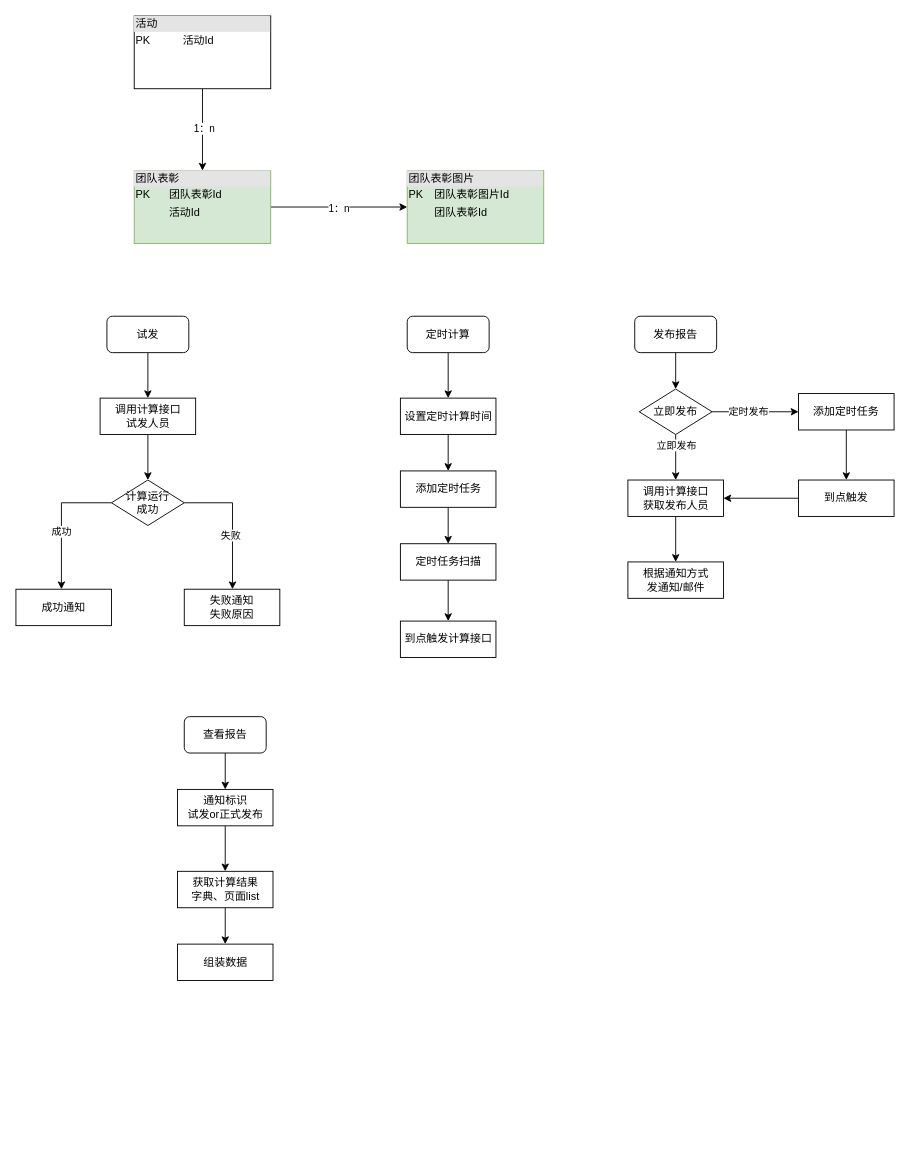
Earlier version of the draw.io diagram 23_11迭代.drawio (mozhu33/Diagrams). Source tidied: cells renumbered, new cells numbered last; positions are measured from the earlier drawing's top-left corner, leaving out a move shared by most shapes. Both pictures are drawn from the tidied source at 91%, with x=0, y=0 at pixel (15, 15).
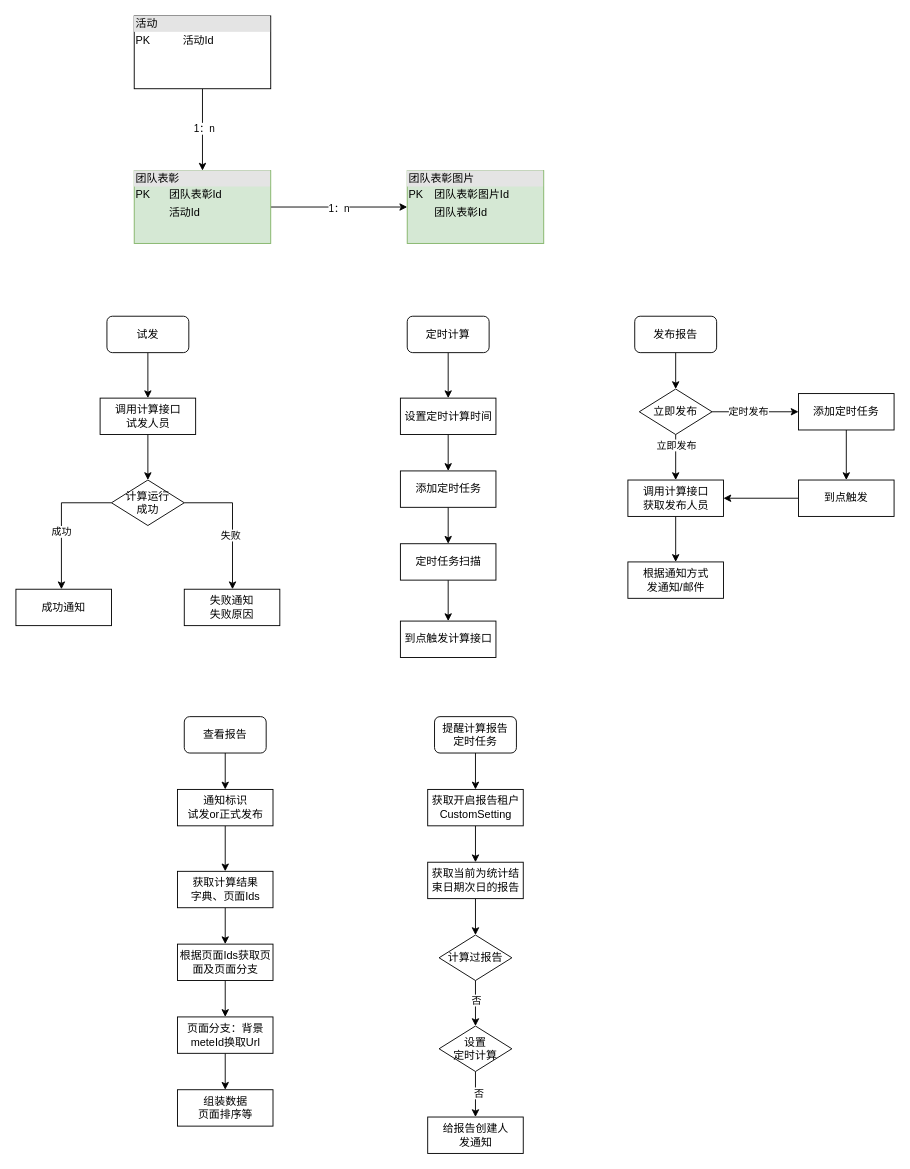
The same diagram, later.

Change to the diagram source:
```diff
@@
-    <mxCell id="47" style="edgeStyle=orthogonalEdgeStyle;rounded=0;jettySize=auto;html=1;" parent="1" edge="1" source="48" target="49">
-      <mxGeometry relative="1" as="geometry" />
-    </mxCell>
+    <mxCell id="50" style="edgeStyle=orthogonalEdgeStyle;rounded=0;jettySize=auto;html=1;" parent="1" edge="1" source="48" target="65">
+      <mxGeometry relative="1" as="geometry" />
+    </mxCell>
-    <mxCell id="48" value="获取计算结果&lt;br&gt;字典、页面list" style="rounded=0;whiteSpace=wrap;html=1;" parent="1" vertex="1">
+    <mxCell id="48" value="获取计算结果&lt;br&gt;字典、页面Ids" style="rounded=0;whiteSpace=wrap;html=1;" parent="1" vertex="1">
       <mxGeometry x="177.5" y="940" width="105" height="40" as="geometry" />
     </mxCell>
-    <mxCell id="49" value="组装数据" style="rounded=0;whiteSpace=wrap;html=1;" parent="1" vertex="1">
-      <mxGeometry x="177.5" y="1020" width="105" height="40" as="geometry" />
+    <mxCell id="49" value="组装数据&lt;br&gt;页面排序等" style="rounded=0;whiteSpace=wrap;html=1;" parent="1" vertex="1">
+      <mxGeometry x="177.5" y="1180" width="105" height="40" as="geometry" />
     </mxCell>
+    <mxCell id="51" style="edgeStyle=orthogonalEdgeStyle;rounded=0;jettySize=auto;html=1;" parent="1" edge="1" source="52" target="54">
+      <mxGeometry relative="1" as="geometry" />
+    </mxCell>
+    <mxCell id="52" value="提醒计算报告&lt;br&gt;定时任务" style="rounded=1;whiteSpace=wrap;html=1;" parent="1" vertex="1">
+      <mxGeometry x="460" y="770" width="90" height="40" as="geometry" />
+    </mxCell>
+    <mxCell id="53" style="edgeStyle=orthogonalEdgeStyle;rounded=0;jettySize=auto;html=1;" parent="1" edge="1" source="54" target="56">
+      <mxGeometry relative="1" as="geometry" />
+    </mxCell>
+    <mxCell id="54" value="获取开启报告租户&lt;br&gt;CustomSetting" style="rounded=0;whiteSpace=wrap;html=1;" parent="1" vertex="1">
+      <mxGeometry x="452.5" y="850" width="105" height="40" as="geometry" />
+    </mxCell>
+    <mxCell id="55" style="edgeStyle=orthogonalEdgeStyle;rounded=0;jettySize=auto;html=1;" parent="1" edge="1" source="56" target="59">
+      <mxGeometry relative="1" as="geometry" />
+    </mxCell>
+    <mxCell id="56" value="获取当前为统计结束日期次日的报告" style="rounded=0;whiteSpace=wrap;html=1;" parent="1" vertex="1">
+      <mxGeometry x="452.5" y="930" width="105" height="40" as="geometry" />
+    </mxCell>
+    <mxCell id="57" style="edgeStyle=orthogonalEdgeStyle;rounded=0;jettySize=auto;html=1;" parent="1" edge="1" source="59" target="62">
+      <mxGeometry relative="1" as="geometry" />
+    </mxCell>
+    <mxCell id="58" value="否" style="edgeLabel;html=1;align=center;verticalAlign=middle;" parent="57" vertex="1">
+      <mxGeometry x="-0.18" relative="1" as="geometry" />
+    </mxCell>
+    <mxCell id="59" value="计算过报告" style="rhombus;whiteSpace=wrap;html=1;" parent="1" vertex="1">
+      <mxGeometry x="465" y="1010" width="80" height="50" as="geometry" />
+    </mxCell>
+    <mxCell id="60" style="edgeStyle=orthogonalEdgeStyle;rounded=0;jettySize=auto;html=1;" parent="1" edge="1" source="62" target="63">
+      <mxGeometry relative="1" as="geometry" />
+    </mxCell>
+    <mxCell id="61" value="否" style="edgeLabel;html=1;align=center;verticalAlign=middle;" parent="60" vertex="1">
+      <mxGeometry x="-0.1" y="3" relative="1" as="geometry" />
+    </mxCell>
+    <mxCell id="62" value="设置&lt;br&gt;定时计算" style="rhombus;whiteSpace=wrap;html=1;" parent="1" vertex="1">
+      <mxGeometry x="465" y="1110" width="80" height="50" as="geometry" />
+    </mxCell>
+    <mxCell id="63" value="给报告创建人&lt;br&gt;发通知" style="rounded=0;whiteSpace=wrap;html=1;" parent="1" vertex="1">
+      <mxGeometry x="452.5" y="1210" width="105" height="40" as="geometry" />
+    </mxCell>
+    <mxCell id="64" style="edgeStyle=orthogonalEdgeStyle;rounded=0;jettySize=auto;html=1;" parent="1" edge="1" source="65" target="67">
+      <mxGeometry relative="1" as="geometry" />
+    </mxCell>
+    <mxCell id="65" value="根据页面Ids获取页面及页面分支" style="rounded=0;whiteSpace=wrap;html=1;" parent="1" vertex="1">
+      <mxGeometry x="177.5" y="1020" width="105" height="40" as="geometry" />
+    </mxCell>
+    <mxCell id="66" style="edgeStyle=orthogonalEdgeStyle;rounded=0;jettySize=auto;html=1;" parent="1" edge="1" source="67" target="49">
+      <mxGeometry relative="1" as="geometry" />
+    </mxCell>
+    <mxCell id="67" value="页面分支：背景meteId换取Url" style="rounded=0;whiteSpace=wrap;html=1;" parent="1" vertex="1">
+      <mxGeometry x="177.5" y="1100" width="105" height="40" as="geometry" />
+    </mxCell>
```
